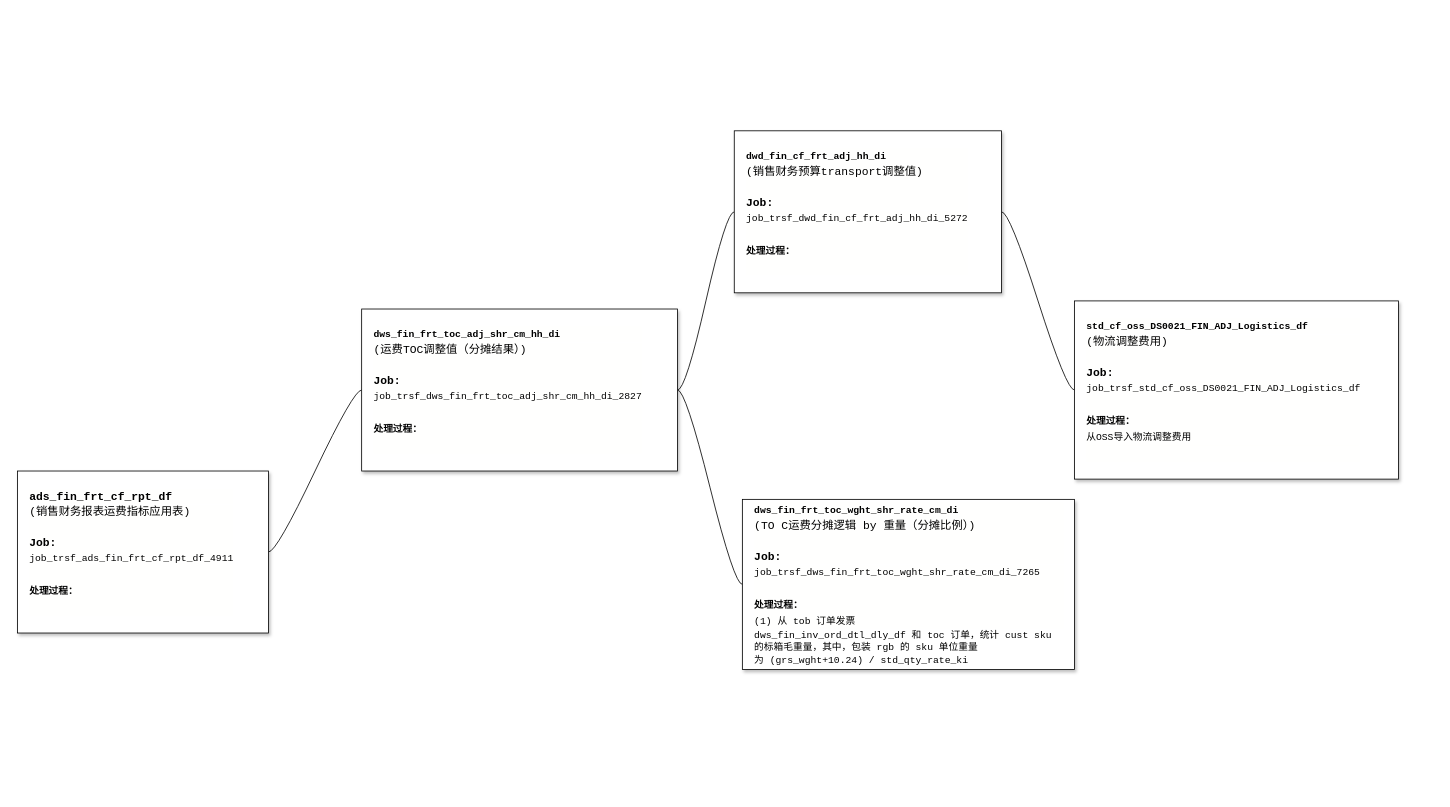
The draw.io diagram vitasoy-fin-frt.drawio in fsJerryChan/fsJerryChan, before the edit. Source tidied: cells renumbered, new cells numbered last; positions are measured from the earlier drawing's top-left corner, leaving out a move shared by most shapes. Both pictures are drawn from the tidied source at 81%, with x=0, y=0 at pixel (17, 130).
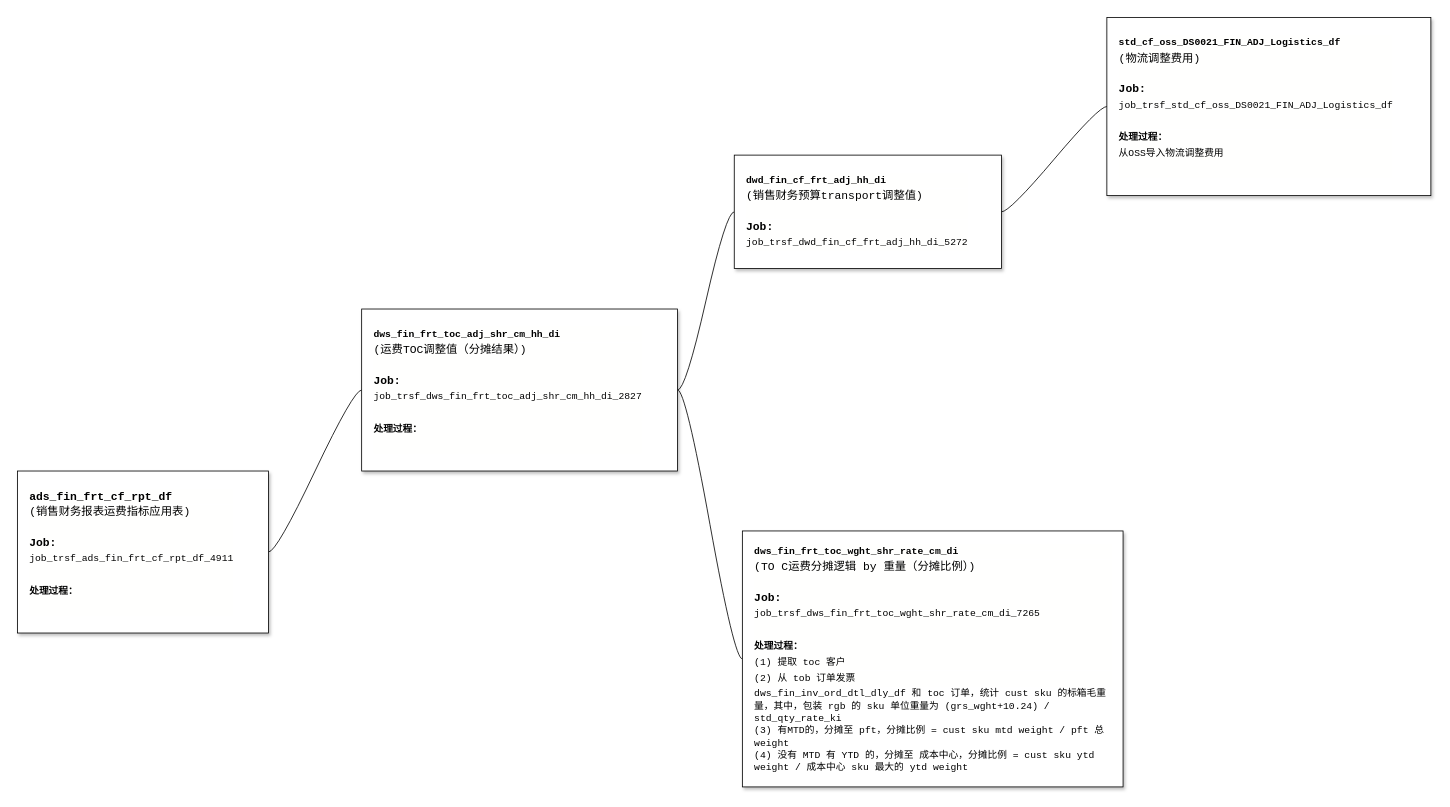
The same page after the edit.

What changed in the source:
```diff
@@
 <mxGraphModel>
   <root>
     <mxCell id="0" />
     <mxCell id="1" parent="0" />
     <mxCell id="2" style="edgeStyle=entityRelationEdgeStyle;rounded=0;jettySize=auto;html=1;startArrow=none;endArrow=none;segment=10;curved=1;sourcePerimeterSpacing=0;targetPerimeterSpacing=0;" parent="1" edge="1" source="3" target="6">
       <mxGeometry relative="1" as="geometry" />
     </mxCell>
     <mxCell id="3" value="&lt;div style=&quot;background-color: rgb(255, 255, 254); font-family: Consolas, &amp;quot;Courier New&amp;quot;, monospace; font-size: 14px; line-height: 19px;&quot;&gt;&lt;b&gt;ads_fin_frt_cf_rpt_df&lt;/b&gt;&lt;/div&gt;&lt;div style=&quot;background-color: rgb(255, 255, 254); font-family: Consolas, &amp;quot;Courier New&amp;quot;, monospace; font-size: 14px; line-height: 19px;&quot;&gt;(销售财务报表运费指标应用表)&lt;/div&gt;&lt;div style=&quot;background-color: rgb(255, 255, 254); font-family: Consolas, &amp;quot;Courier New&amp;quot;, monospace; font-size: 14px; line-height: 19px;&quot;&gt;&lt;br&gt;&lt;/div&gt;&lt;div style=&quot;background-color: rgb(255, 255, 254); font-family: Consolas, &amp;quot;Courier New&amp;quot;, monospace; font-size: 14px; line-height: 19px;&quot;&gt;&lt;b&gt;Job:&lt;/b&gt;&lt;/div&gt;&lt;div style=&quot;background-color: rgb(255, 255, 254); line-height: 19px;&quot;&gt;&lt;font face=&quot;Consolas, Courier New, monospace&quot;&gt;job_trsf_ads_fin_frt_cf_rpt_df_4911&lt;/font&gt;&lt;br&gt;&lt;/div&gt;&lt;div style=&quot;background-color: rgb(255, 255, 254); line-height: 19px;&quot;&gt;&lt;font face=&quot;Consolas, Courier New, monospace&quot;&gt;&lt;br&gt;&lt;/font&gt;&lt;/div&gt;&lt;div style=&quot;background-color: rgb(255, 255, 254); line-height: 19px;&quot;&gt;&lt;font face=&quot;Consolas, Courier New, monospace&quot;&gt;&lt;b&gt;处理过程：&lt;/b&gt;&lt;/font&gt;&lt;/div&gt;&lt;div style=&quot;background-color: rgb(255, 255, 254); line-height: 19px;&quot;&gt;&lt;font face=&quot;Consolas, Courier New, monospace&quot;&gt;&lt;br&gt;&lt;/font&gt;&lt;/div&gt;" style="whiteSpace=wrap;html=1;rounded=0;arcSize=50;align=left;verticalAlign=middle;strokeWidth=1;spacing=15;newEdgeStyle={&quot;edgeStyle&quot;:&quot;entityRelationEdgeStyle&quot;,&quot;startArrow&quot;:&quot;none&quot;,&quot;endArrow&quot;:&quot;none&quot;,&quot;segment&quot;:10,&quot;curved&quot;:1,&quot;sourcePerimeterSpacing&quot;:0,&quot;targetPerimeterSpacing&quot;:0};shadow=1;" parent="1" vertex="1">
       <mxGeometry y="420" width="310" height="200" as="geometry" />
     </mxCell>
     <mxCell id="4" style="edgeStyle=entityRelationEdgeStyle;rounded=0;jettySize=auto;html=1;startArrow=none;endArrow=none;segment=10;curved=1;sourcePerimeterSpacing=0;targetPerimeterSpacing=0;" parent="1" edge="1" source="6" target="8">
       <mxGeometry relative="1" as="geometry" />
     </mxCell>
     <mxCell id="5" style="edgeStyle=entityRelationEdgeStyle;rounded=0;jettySize=auto;html=1;startArrow=none;endArrow=none;segment=10;curved=1;sourcePerimeterSpacing=0;targetPerimeterSpacing=0;" parent="1" edge="1" source="6" target="10">
       <mxGeometry relative="1" as="geometry" />
     </mxCell>
     <mxCell id="6" value="&lt;div style=&quot;background-color: rgb(255, 255, 254); line-height: 19px;&quot;&gt;&lt;font face=&quot;Consolas, Courier New, monospace&quot;&gt;&lt;b&gt;dws_fin_frt_toc_adj_shr_cm_hh_di&lt;/b&gt;&lt;/font&gt;&lt;br&gt;&lt;/div&gt;&lt;div style=&quot;background-color: rgb(255, 255, 254); font-family: Consolas, &amp;quot;Courier New&amp;quot;, monospace; font-size: 14px; line-height: 19px;&quot;&gt;(运费TOC调整值（分摊结果）)&lt;/div&gt;&lt;div style=&quot;background-color: rgb(255, 255, 254); font-family: Consolas, &amp;quot;Courier New&amp;quot;, monospace; font-size: 14px; line-height: 19px;&quot;&gt;&lt;br&gt;&lt;/div&gt;&lt;div style=&quot;background-color: rgb(255, 255, 254); font-family: Consolas, &amp;quot;Courier New&amp;quot;, monospace; font-size: 14px; line-height: 19px;&quot;&gt;&lt;b&gt;Job:&lt;/b&gt;&lt;/div&gt;&lt;div style=&quot;background-color: rgb(255, 255, 254); line-height: 19px;&quot;&gt;&lt;font face=&quot;Consolas, Courier New, monospace&quot;&gt;job_trsf_dws_fin_frt_toc_adj_shr_cm_hh_di_2827&lt;/font&gt;&lt;br&gt;&lt;/div&gt;&lt;div style=&quot;background-color: rgb(255, 255, 254); line-height: 19px;&quot;&gt;&lt;font face=&quot;Consolas, Courier New, monospace&quot;&gt;&lt;br&gt;&lt;/font&gt;&lt;/div&gt;&lt;div style=&quot;background-color: rgb(255, 255, 254); line-height: 19px;&quot;&gt;&lt;font face=&quot;Consolas, Courier New, monospace&quot;&gt;&lt;b&gt;处理过程：&lt;/b&gt;&lt;/font&gt;&lt;/div&gt;&lt;div style=&quot;background-color: rgb(255, 255, 254); line-height: 19px;&quot;&gt;&lt;font face=&quot;Consolas, Courier New, monospace&quot;&gt;&lt;br&gt;&lt;/font&gt;&lt;/div&gt;" style="whiteSpace=wrap;html=1;rounded=0;arcSize=50;align=left;verticalAlign=middle;strokeWidth=1;spacing=15;newEdgeStyle={&quot;edgeStyle&quot;:&quot;entityRelationEdgeStyle&quot;,&quot;startArrow&quot;:&quot;none&quot;,&quot;endArrow&quot;:&quot;none&quot;,&quot;segment&quot;:10,&quot;curved&quot;:1,&quot;sourcePerimeterSpacing&quot;:0,&quot;targetPerimeterSpacing&quot;:0};shadow=1;" parent="1" vertex="1">
       <mxGeometry x="425" y="220" width="390" height="200" as="geometry" />
     </mxCell>
     <mxCell id="7" style="edgeStyle=entityRelationEdgeStyle;rounded=0;jettySize=auto;html=1;startArrow=none;endArrow=none;segment=10;curved=1;sourcePerimeterSpacing=0;targetPerimeterSpacing=0;" parent="1" edge="1" source="8" target="9">
       <mxGeometry relative="1" as="geometry" />
     </mxCell>
-    <mxCell id="8" value="&lt;div style=&quot;background-color: rgb(255, 255, 254); line-height: 19px;&quot;&gt;&lt;font face=&quot;Consolas, Courier New, monospace&quot;&gt;&lt;b&gt;dwd_fin_cf_frt_adj_hh_di&lt;/b&gt;&lt;/font&gt;&lt;br&gt;&lt;/div&gt;&lt;div style=&quot;background-color: rgb(255, 255, 254); font-family: Consolas, &amp;quot;Courier New&amp;quot;, monospace; font-size: 14px; line-height: 19px;&quot;&gt;(销售财务预算transport调整值)&lt;/div&gt;&lt;div style=&quot;background-color: rgb(255, 255, 254); font-family: Consolas, &amp;quot;Courier New&amp;quot;, monospace; font-size: 14px; line-height: 19px;&quot;&gt;&lt;br&gt;&lt;/div&gt;&lt;div style=&quot;background-color: rgb(255, 255, 254); font-family: Consolas, &amp;quot;Courier New&amp;quot;, monospace; font-size: 14px; line-height: 19px;&quot;&gt;&lt;b&gt;Job:&lt;/b&gt;&lt;/div&gt;&lt;div style=&quot;background-color: rgb(255, 255, 254); line-height: 19px;&quot;&gt;&lt;font face=&quot;Consolas, Courier New, monospace&quot;&gt;job_trsf_dwd_fin_cf_frt_adj_hh_di_5272&lt;/font&gt;&lt;br&gt;&lt;/div&gt;&lt;div style=&quot;background-color: rgb(255, 255, 254); line-height: 19px;&quot;&gt;&lt;font face=&quot;Consolas, Courier New, monospace&quot;&gt;&lt;br&gt;&lt;/font&gt;&lt;/div&gt;&lt;div style=&quot;background-color: rgb(255, 255, 254); line-height: 19px;&quot;&gt;&lt;font face=&quot;Consolas, Courier New, monospace&quot;&gt;&lt;b&gt;处理过程：&lt;/b&gt;&lt;/font&gt;&lt;/div&gt;&lt;div style=&quot;background-color: rgb(255, 255, 254); line-height: 19px;&quot;&gt;&lt;font face=&quot;Consolas, Courier New, monospace&quot;&gt;&lt;br&gt;&lt;/font&gt;&lt;/div&gt;" style="whiteSpace=wrap;html=1;rounded=0;arcSize=50;align=left;verticalAlign=middle;strokeWidth=1;spacing=15;newEdgeStyle={&quot;edgeStyle&quot;:&quot;entityRelationEdgeStyle&quot;,&quot;startArrow&quot;:&quot;none&quot;,&quot;endArrow&quot;:&quot;none&quot;,&quot;segment&quot;:10,&quot;curved&quot;:1,&quot;sourcePerimeterSpacing&quot;:0,&quot;targetPerimeterSpacing&quot;:0};shadow=1;" parent="1" vertex="1">
-      <mxGeometry x="885" width="330" height="200" as="geometry" />
+    <mxCell id="8" value="&lt;div style=&quot;background-color: rgb(255, 255, 254); line-height: 19px;&quot;&gt;&lt;font face=&quot;Consolas, Courier New, monospace&quot;&gt;&lt;b&gt;dwd_fin_cf_frt_adj_hh_di&lt;/b&gt;&lt;/font&gt;&lt;br&gt;&lt;/div&gt;&lt;div style=&quot;background-color: rgb(255, 255, 254); font-family: Consolas, &amp;quot;Courier New&amp;quot;, monospace; font-size: 14px; line-height: 19px;&quot;&gt;(销售财务预算transport调整值)&lt;/div&gt;&lt;div style=&quot;background-color: rgb(255, 255, 254); font-family: Consolas, &amp;quot;Courier New&amp;quot;, monospace; font-size: 14px; line-height: 19px;&quot;&gt;&lt;br&gt;&lt;/div&gt;&lt;div style=&quot;background-color: rgb(255, 255, 254); font-family: Consolas, &amp;quot;Courier New&amp;quot;, monospace; font-size: 14px; line-height: 19px;&quot;&gt;&lt;b&gt;Job:&lt;/b&gt;&lt;/div&gt;&lt;div style=&quot;background-color: rgb(255, 255, 254); line-height: 19px;&quot;&gt;&lt;font face=&quot;Consolas, Courier New, monospace&quot;&gt;job_trsf_dwd_fin_cf_frt_adj_hh_di_5272&lt;/font&gt;&lt;/div&gt;" style="whiteSpace=wrap;html=1;rounded=0;arcSize=50;align=left;verticalAlign=middle;strokeWidth=1;spacing=15;newEdgeStyle={&quot;edgeStyle&quot;:&quot;entityRelationEdgeStyle&quot;,&quot;startArrow&quot;:&quot;none&quot;,&quot;endArrow&quot;:&quot;none&quot;,&quot;segment&quot;:10,&quot;curved&quot;:1,&quot;sourcePerimeterSpacing&quot;:0,&quot;targetPerimeterSpacing&quot;:0};shadow=1;" parent="1" vertex="1">
+      <mxGeometry x="885" y="30" width="330" height="140" as="geometry" />
     </mxCell>
     <mxCell id="9" value="&lt;div style=&quot;background-color: rgb(255, 255, 254); line-height: 19px;&quot;&gt;&lt;font face=&quot;Consolas, Courier New, monospace&quot;&gt;&lt;b&gt;std_cf_oss_DS0021_FIN_ADJ_Logistics_df&lt;/b&gt;&lt;/font&gt;&lt;br&gt;&lt;/div&gt;&lt;div style=&quot;background-color: rgb(255, 255, 254); font-family: Consolas, &amp;quot;Courier New&amp;quot;, monospace; font-size: 14px; line-height: 19px;&quot;&gt;(物流调整费用)&lt;/div&gt;&lt;div style=&quot;background-color: rgb(255, 255, 254); font-family: Consolas, &amp;quot;Courier New&amp;quot;, monospace; font-size: 14px; line-height: 19px;&quot;&gt;&lt;br&gt;&lt;/div&gt;&lt;div style=&quot;background-color: rgb(255, 255, 254); font-family: Consolas, &amp;quot;Courier New&amp;quot;, monospace; font-size: 14px; line-height: 19px;&quot;&gt;&lt;b&gt;Job:&lt;/b&gt;&lt;/div&gt;&lt;div style=&quot;background-color: rgb(255, 255, 254); line-height: 19px;&quot;&gt;&lt;font face=&quot;Consolas, Courier New, monospace&quot;&gt;job_trsf_std_cf_oss_DS0021_FIN_ADJ_Logistics_df&lt;/font&gt;&lt;br&gt;&lt;/div&gt;&lt;div style=&quot;background-color: rgb(255, 255, 254); line-height: 19px;&quot;&gt;&lt;font face=&quot;Consolas, Courier New, monospace&quot;&gt;&lt;br&gt;&lt;/font&gt;&lt;/div&gt;&lt;div style=&quot;background-color: rgb(255, 255, 254); line-height: 19px;&quot;&gt;&lt;font face=&quot;Consolas, Courier New, monospace&quot;&gt;&lt;b&gt;处理过程：&lt;/b&gt;&lt;/font&gt;&lt;/div&gt;&lt;div style=&quot;background-color: rgb(255, 255, 254); line-height: 19px;&quot;&gt;&lt;font face=&quot;Consolas, Courier New, monospace&quot;&gt;从OSS导入物流调整费用&lt;/font&gt;&lt;/div&gt;&lt;div style=&quot;background-color: rgb(255, 255, 254); line-height: 19px;&quot;&gt;&lt;font face=&quot;Consolas, Courier New, monospace&quot;&gt;&lt;br&gt;&lt;/font&gt;&lt;/div&gt;" style="whiteSpace=wrap;html=1;rounded=0;arcSize=50;align=left;verticalAlign=middle;strokeWidth=1;spacing=15;newEdgeStyle={&quot;edgeStyle&quot;:&quot;entityRelationEdgeStyle&quot;,&quot;startArrow&quot;:&quot;none&quot;,&quot;endArrow&quot;:&quot;none&quot;,&quot;segment&quot;:10,&quot;curved&quot;:1,&quot;sourcePerimeterSpacing&quot;:0,&quot;targetPerimeterSpacing&quot;:0};shadow=1;" parent="1" vertex="1">
-      <mxGeometry x="1305" y="210" width="400" height="220" as="geometry" />
+      <mxGeometry x="1345" y="-140" width="400" height="220" as="geometry" />
     </mxCell>
-    <mxCell id="10" value="&lt;div style=&quot;background-color: rgb(255, 255, 254); line-height: 19px;&quot;&gt;&lt;font face=&quot;Consolas, Courier New, monospace&quot;&gt;&lt;b&gt;dws_fin_frt_toc_wght_shr_rate_cm_di&lt;/b&gt;&lt;/font&gt;&lt;br&gt;&lt;/div&gt;&lt;div style=&quot;background-color: rgb(255, 255, 254); font-family: Consolas, &amp;quot;Courier New&amp;quot;, monospace; font-size: 14px; line-height: 19px;&quot;&gt;(TO C运费分摊逻辑 by 重量（分摊比例）)&lt;/div&gt;&lt;div style=&quot;background-color: rgb(255, 255, 254); font-family: Consolas, &amp;quot;Courier New&amp;quot;, monospace; font-size: 14px; line-height: 19px;&quot;&gt;&lt;br&gt;&lt;/div&gt;&lt;div style=&quot;background-color: rgb(255, 255, 254); font-family: Consolas, &amp;quot;Courier New&amp;quot;, monospace; font-size: 14px; line-height: 19px;&quot;&gt;&lt;b&gt;Job:&lt;/b&gt;&lt;/div&gt;&lt;div style=&quot;background-color: rgb(255, 255, 254); line-height: 19px;&quot;&gt;&lt;font face=&quot;Consolas, Courier New, monospace&quot;&gt;job_trsf_dws_fin_frt_toc_wght_shr_rate_cm_di_7265&lt;/font&gt;&lt;br&gt;&lt;/div&gt;&lt;div style=&quot;background-color: rgb(255, 255, 254); line-height: 19px;&quot;&gt;&lt;font face=&quot;Consolas, Courier New, monospace&quot;&gt;&lt;br&gt;&lt;/font&gt;&lt;/div&gt;&lt;div style=&quot;background-color: rgb(255, 255, 254); line-height: 19px;&quot;&gt;&lt;font face=&quot;Consolas, Courier New, monospace&quot;&gt;&lt;b&gt;处理过程：&lt;/b&gt;&lt;/font&gt;&lt;/div&gt;&lt;div style=&quot;background-color: rgb(255, 255, 254); line-height: 19px;&quot;&gt;&lt;font face=&quot;Consolas, Courier New, monospace&quot;&gt;(1) 从 tob 订单发票&amp;nbsp;&lt;/font&gt;&lt;/div&gt;&lt;font face=&quot;Consolas, Courier New, monospace&quot;&gt;dws_fin_inv_ord_dtl_dly_df 和 toc 订单，统计 cust sku 的标箱毛重量，其中，包装 rgb 的 sku 单位重量为&amp;nbsp;(grs_wght+10.24) / std_qty_rate_ki&lt;/font&gt;" style="whiteSpace=wrap;html=1;rounded=0;arcSize=50;align=left;verticalAlign=middle;strokeWidth=1;spacing=15;newEdgeStyle={&quot;edgeStyle&quot;:&quot;entityRelationEdgeStyle&quot;,&quot;startArrow&quot;:&quot;none&quot;,&quot;endArrow&quot;:&quot;none&quot;,&quot;segment&quot;:10,&quot;curved&quot;:1,&quot;sourcePerimeterSpacing&quot;:0,&quot;targetPerimeterSpacing&quot;:0};shadow=1;" parent="1" vertex="1">
-      <mxGeometry x="895" y="455" width="410" height="210" as="geometry" />
+    <mxCell id="10" value="&lt;div style=&quot;background-color: rgb(255, 255, 254); line-height: 19px;&quot;&gt;&lt;font face=&quot;Consolas, Courier New, monospace&quot;&gt;&lt;b&gt;dws_fin_frt_toc_wght_shr_rate_cm_di&lt;/b&gt;&lt;/font&gt;&lt;br&gt;&lt;/div&gt;&lt;div style=&quot;background-color: rgb(255, 255, 254); font-family: Consolas, &amp;quot;Courier New&amp;quot;, monospace; font-size: 14px; line-height: 19px;&quot;&gt;(TO C运费分摊逻辑 by 重量（分摊比例）)&lt;/div&gt;&lt;div style=&quot;background-color: rgb(255, 255, 254); font-family: Consolas, &amp;quot;Courier New&amp;quot;, monospace; font-size: 14px; line-height: 19px;&quot;&gt;&lt;br&gt;&lt;/div&gt;&lt;div style=&quot;background-color: rgb(255, 255, 254); font-family: Consolas, &amp;quot;Courier New&amp;quot;, monospace; font-size: 14px; line-height: 19px;&quot;&gt;&lt;b&gt;Job:&lt;/b&gt;&lt;/div&gt;&lt;div style=&quot;background-color: rgb(255, 255, 254); line-height: 19px;&quot;&gt;&lt;font face=&quot;Consolas, Courier New, monospace&quot;&gt;job_trsf_dws_fin_frt_toc_wght_shr_rate_cm_di_7265&lt;/font&gt;&lt;br&gt;&lt;/div&gt;&lt;div style=&quot;background-color: rgb(255, 255, 254); line-height: 19px;&quot;&gt;&lt;font face=&quot;Consolas, Courier New, monospace&quot;&gt;&lt;br&gt;&lt;/font&gt;&lt;/div&gt;&lt;div style=&quot;background-color: rgb(255, 255, 254); line-height: 19px;&quot;&gt;&lt;font face=&quot;Consolas, Courier New, monospace&quot;&gt;&lt;b&gt;处理过程：&lt;/b&gt;&lt;/font&gt;&lt;/div&gt;&lt;div style=&quot;background-color: rgb(255, 255, 254); line-height: 19px;&quot;&gt;&lt;font face=&quot;Consolas, Courier New, monospace&quot;&gt;(1) 提取 toc 客户&lt;/font&gt;&lt;/div&gt;&lt;div style=&quot;background-color: rgb(255, 255, 254); line-height: 19px;&quot;&gt;&lt;font face=&quot;Consolas, Courier New, monospace&quot;&gt;(2) 从 tob 订单发票&amp;nbsp;&lt;/font&gt;&lt;/div&gt;&lt;font face=&quot;Consolas, Courier New, monospace&quot;&gt;dws_fin_inv_ord_dtl_dly_df 和 toc 订单，统计 cust sku 的标箱毛重量，其中，包装 rgb 的 sku 单位重量为&amp;nbsp;(grs_wght+10.24) / std_qty_rate_ki&lt;br&gt;(3) 有MTD的，分摊至 pft，分摊比例 = cust sku mtd weight / pft 总 weight&lt;br&gt;(4) 没有 MTD 有 YTD 的，分摊至 成本中心，分摊比例 = cust sku ytd weight / 成本中心 sku 最大的 ytd weight&lt;br&gt;&lt;/font&gt;" style="whiteSpace=wrap;html=1;rounded=0;arcSize=50;align=left;verticalAlign=middle;strokeWidth=1;spacing=15;newEdgeStyle={&quot;edgeStyle&quot;:&quot;entityRelationEdgeStyle&quot;,&quot;startArrow&quot;:&quot;none&quot;,&quot;endArrow&quot;:&quot;none&quot;,&quot;segment&quot;:10,&quot;curved&quot;:1,&quot;sourcePerimeterSpacing&quot;:0,&quot;targetPerimeterSpacing&quot;:0};shadow=1;" parent="1" vertex="1">
+      <mxGeometry x="895" y="494" width="470" height="316" as="geometry" />
     </mxCell>
   </root>
 </mxGraphModel>
```
